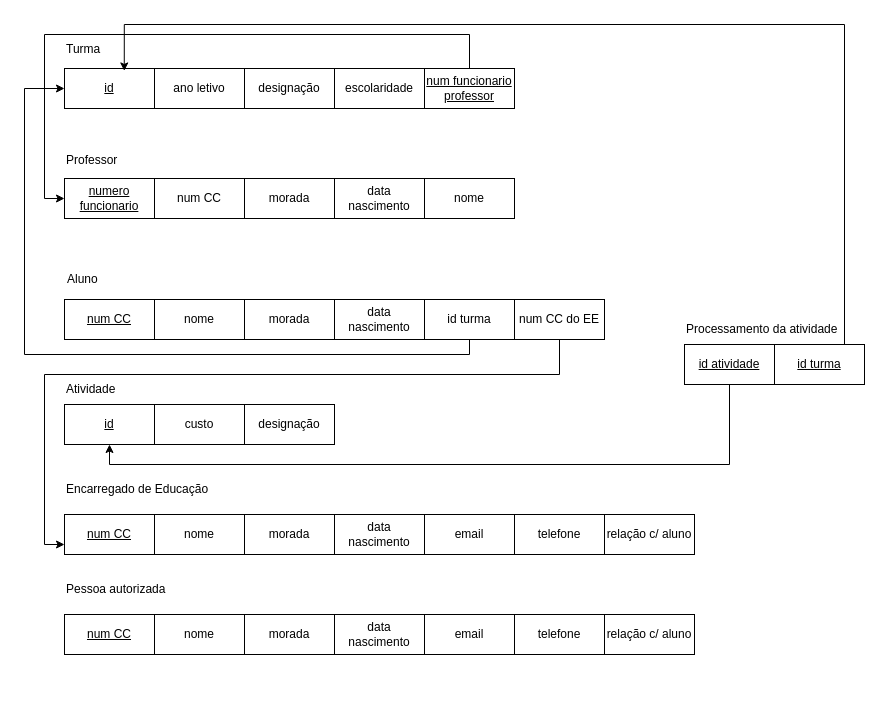
Earlier version of the draw.io diagram Guião3/drawio/ex3_3d.drawio (rtavares018/BD). Source tidied: cells renumbered, new cells numbered last; positions are measured from the earlier drawing's top-left corner, leaving out a move shared by most shapes. Both pictures are drawn from the tidied source at 100%, with x=0, y=0 at pixel (24, 24).
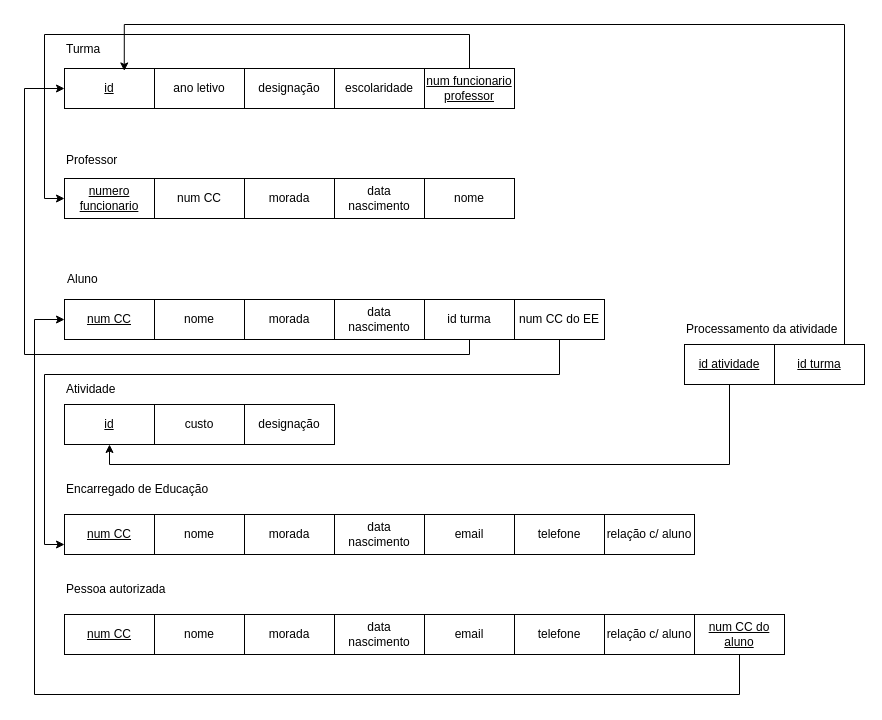
The same diagram, later.

Unchanged cells that the change refers to:
```xml
<mxCell id="17" value="num CC" style="rounded=0;whiteSpace=wrap;html=1;fontStyle=4;" parent="1" vertex="1">
  <mxGeometry x="40" y="275" width="90" height="40" as="geometry" />
</mxCell>
```

Diff of the diagram source:
```diff
@@
+    <mxCell id="49" style="edgeStyle=orthogonalEdgeStyle;rounded=0;jettySize=auto;html=1;entryX=0;entryY=0.5;entryDx=0;entryDy=0;" parent="1" edge="1" source="50" target="17">
+      <mxGeometry relative="1" as="geometry">
+        <Array as="points">
+          <mxPoint x="715" y="670" />
+          <mxPoint x="10" y="670" />
+          <mxPoint x="10" y="295" />
+        </Array>
+      </mxGeometry>
+    </mxCell>
+    <mxCell id="50" value="&lt;u&gt;num CC do aluno&lt;/u&gt;" style="rounded=0;whiteSpace=wrap;html=1;" parent="1" vertex="1">
+      <mxGeometry x="670" y="590" width="90" height="40" as="geometry" />
+    </mxCell>
```
